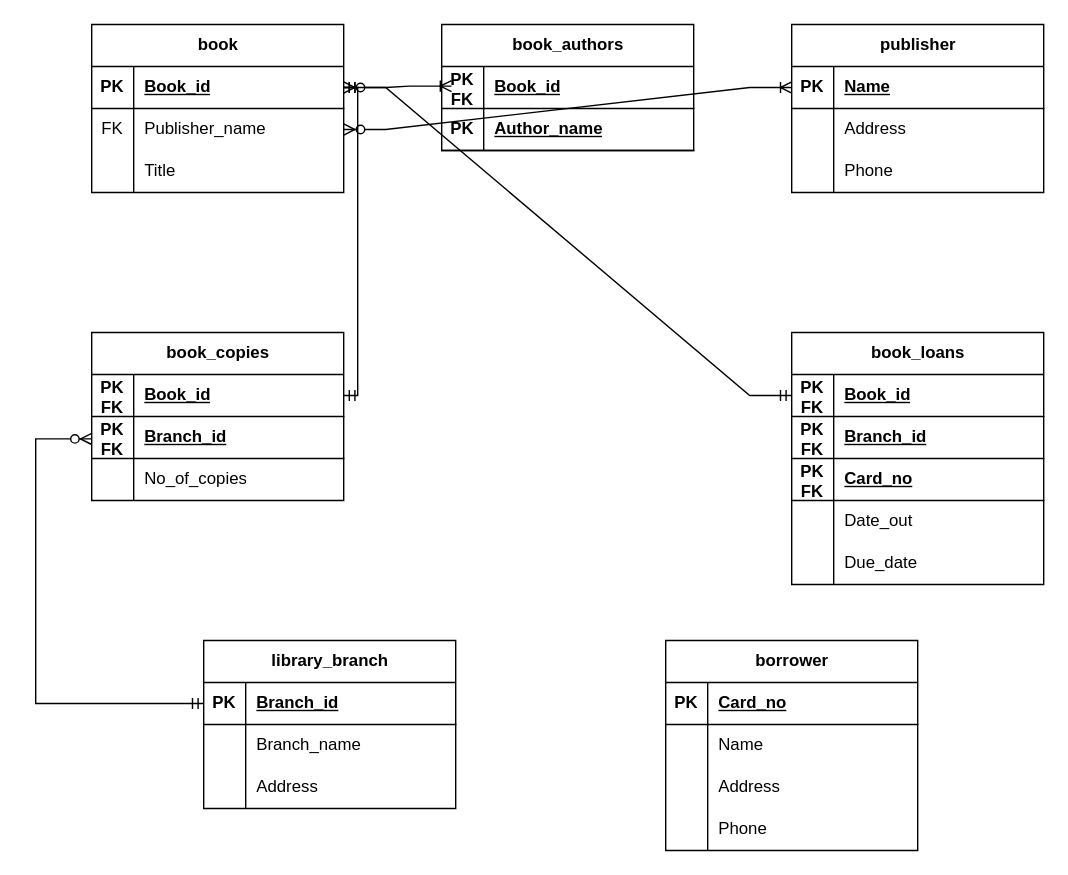
Before: week3.drawio in GreenFella/databaseclass, a draw.io diagram. Source tidied: cells renumbered, new cells numbered last; positions are measured from the earlier drawing's top-left corner, leaving out a move shared by most shapes. Both pictures are drawn from the tidied source at 140%, with x=0, y=0 at pixel (35, 24).
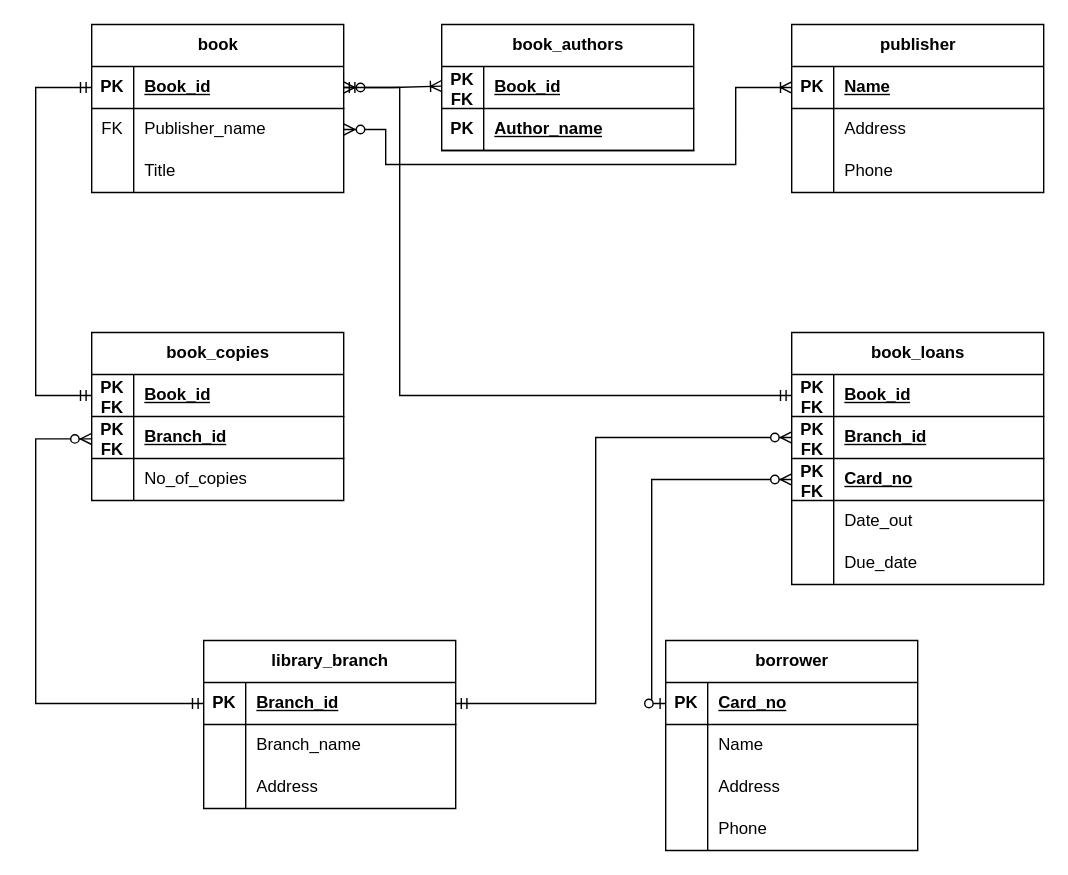
After the change.

The change refers to these unchanged cells:
```xml
<mxCell id="3" style="shape=tableRow;horizontal=0;startSize=0;swimlaneHead=0;swimlaneBody=0;fillColor=none;points=[[0,0.5],[1,0.5]];portConstraint=eastwest;top=0;left=0;right=0;bottom=1;" parent="2" vertex="1">
  <mxGeometry y="30" width="180" height="30" as="geometry" />
</mxCell>
<mxCell id="13" style="shape=tableRow;horizontal=0;startSize=0;swimlaneHead=0;swimlaneBody=0;fillColor=none;points=[[0,0.5],[1,0.5]];portConstraint=eastwest;top=0;left=0;right=0;bottom=1;" parent="12" vertex="1">
  <mxGeometry y="30" width="180" height="30" as="geometry" />
</mxCell>
<mxCell id="26" style="shape=tableRow;horizontal=0;startSize=0;swimlaneHead=0;swimlaneBody=0;fillColor=none;points=[[0,0.5],[1,0.5]];portConstraint=eastwest;top=0;left=0;right=0;bottom=1;" parent="25" vertex="1">
  <mxGeometry y="30" width="180" height="30" as="geometry" />
</mxCell>
<mxCell id="36" style="shape=tableRow;horizontal=0;startSize=0;swimlaneHead=0;swimlaneBody=0;fillColor=none;points=[[0,0.5],[1,0.5]];portConstraint=eastwest;top=0;left=0;right=0;bottom=1;" parent="35" vertex="1">
  <mxGeometry y="30" width="180" height="30" as="geometry" />
</mxCell>
<mxCell id="39" style="shape=tableRow;horizontal=0;startSize=0;swimlaneHead=0;swimlaneBody=0;fillColor=none;points=[[0,0.5],[1,0.5]];portConstraint=eastwest;top=0;left=0;right=0;bottom=1;" parent="35" vertex="1">
  <mxGeometry y="60" width="180" height="30" as="geometry" />
</mxCell>
<mxCell id="42" style="shape=tableRow;horizontal=0;startSize=0;swimlaneHead=0;swimlaneBody=0;fillColor=none;points=[[0,0.5],[1,0.5]];portConstraint=eastwest;top=0;left=0;right=0;bottom=1;" parent="35" vertex="1">
  <mxGeometry y="90" width="180" height="30" as="geometry" />
</mxCell>
<mxCell id="52" style="shape=tableRow;horizontal=0;startSize=0;swimlaneHead=0;swimlaneBody=0;fillColor=none;points=[[0,0.5],[1,0.5]];portConstraint=eastwest;top=0;left=0;right=0;bottom=1;" parent="51" vertex="1">
  <mxGeometry y="30" width="180" height="30" as="geometry" />
</mxCell>
<mxCell id="59" style="shape=tableRow;horizontal=0;startSize=0;swimlaneHead=0;swimlaneBody=0;fillColor=none;points=[[0,0.5],[1,0.5]];portConstraint=eastwest;top=0;left=0;right=0;bottom=1;" parent="58" vertex="1">
  <mxGeometry y="30" width="180" height="30" as="geometry" />
</mxCell>
<mxCell id="62" style="shape=tableRow;horizontal=0;startSize=0;swimlaneHead=0;swimlaneBody=0;fillColor=none;points=[[0,0.5],[1,0.5]];portConstraint=eastwest;top=0;left=0;right=0;bottom=0;" parent="58" vertex="1">
  <mxGeometry y="60" width="180" height="30" as="geometry" />
</mxCell>
<mxCell id="69" style="shape=tableRow;horizontal=0;startSize=0;swimlaneHead=0;swimlaneBody=0;fillColor=none;points=[[0,0.5],[1,0.5]];portConstraint=eastwest;top=0;left=0;right=0;bottom=1;" parent="68" vertex="1">
  <mxGeometry y="30" width="180" height="30" as="geometry" />
</mxCell>
```

What changed in the source:
```diff
@@
-    <mxCell id="78" style="edgeStyle=entityRelationEdgeStyle;fontSize=12;html=1;endArrow=ERoneToMany;startArrow=ERzeroToMany;rounded=0;exitX=1;exitY=0.5;exitDx=0;exitDy=0;" parent="1" edge="1" source="62" target="69">
+    <mxCell id="78" style="edgeStyle=orthogonalEdgeStyle;fontSize=12;html=1;endArrow=ERoneToMany;startArrow=ERzeroToMany;rounded=0;exitX=1;exitY=0.5;exitDx=0;exitDy=0;" parent="1" edge="1" source="62" target="69">
       <mxGeometry relative="1" as="geometry">
         <Array as="points">
-          <mxPoint x="540" y="44" />
-          <mxPoint x="400" y="130" />
+          <mxPoint x="250" y="75" />
+          <mxPoint x="250" y="100" />
+          <mxPoint x="500" y="100" />
+          <mxPoint x="500" y="45" />
         </Array>
       </mxGeometry>
     </mxCell>
-    <mxCell id="79" style="edgeStyle=entityRelationEdgeStyle;fontSize=12;html=1;endArrow=ERoneToMany;startArrow=ERzeroToMany;rounded=0;exitX=1;exitY=0.5;exitDx=0;exitDy=0;entryX=0.039;entryY=0.467;entryDx=0;entryDy=0;entryPerimeter=0;" parent="1" edge="1" source="59" target="52">
+    <mxCell id="79" style="edgeStyle=orthogonalEdgeStyle;fontSize=12;html=1;endArrow=ERoneToMany;startArrow=ERzeroToMany;rounded=0;exitX=1;exitY=0.5;exitDx=0;exitDy=0;" parent="1" edge="1" source="59">
       <mxGeometry relative="1" as="geometry">
-        <Array as="points">
-          <mxPoint x="550" y="54" />
-          <mxPoint x="410" y="140" />
-        </Array>
+        <mxPoint x="290" y="44" as="targetPoint" />
       </mxGeometry>
     </mxCell>
-    <mxCell id="80" style="edgeStyle=orthogonalEdgeStyle;fontSize=12;html=1;endArrow=ERmandOne;startArrow=ERmandOne;rounded=0;entryX=1;entryY=0.5;entryDx=0;entryDy=0;exitX=1;exitY=0.5;exitDx=0;exitDy=0;" parent="1" edge="1" source="3" target="59">
+    <mxCell id="80" style="edgeStyle=orthogonalEdgeStyle;fontSize=12;html=1;endArrow=ERmandOne;startArrow=ERmandOne;rounded=0;entryX=0;entryY=0.5;entryDx=0;entryDy=0;exitX=0;exitY=0.5;exitDx=0;exitDy=0;" parent="1" edge="1" source="3" target="59">
       <mxGeometry relative="1" as="geometry">
         <Array as="points">
-          <mxPoint x="230" y="265" />
-          <mxPoint x="230" y="45" />
+          <mxPoint y="265" />
+          <mxPoint y="45" />
         </Array>
       </mxGeometry>
     </mxCell>
-    <mxCell id="81" style="edgeStyle=entityRelationEdgeStyle;fontSize=12;html=1;endArrow=ERmandOne;startArrow=ERmandOne;rounded=0;entryX=0;entryY=0.5;entryDx=0;entryDy=0;exitX=1;exitY=0.5;exitDx=0;exitDy=0;" parent="1" edge="1" source="59" target="36">
-      <mxGeometry relative="1" as="geometry" />
+    <mxCell id="81" style="edgeStyle=orthogonalEdgeStyle;fontSize=12;html=1;endArrow=ERmandOne;startArrow=ERmandOne;rounded=0;entryX=0;entryY=0.5;entryDx=0;entryDy=0;exitX=1;exitY=0.5;exitDx=0;exitDy=0;" parent="1" edge="1" source="59" target="36">
+      <mxGeometry relative="1" as="geometry">
+        <Array as="points">
+          <mxPoint x="260" y="45" />
+          <mxPoint x="260" y="265" />
+        </Array>
+      </mxGeometry>
     </mxCell>
@@
+    <mxCell id="83" style="edgeStyle=orthogonalEdgeStyle;fontSize=12;html=1;endArrow=ERzeroToMany;startArrow=ERzeroToOne;rounded=0;entryX=0;entryY=0.5;entryDx=0;entryDy=0;exitX=0;exitY=0.5;exitDx=0;exitDy=0;" parent="1" edge="1" source="13" target="42">
+      <mxGeometry relative="1" as="geometry" />
+    </mxCell>
+    <mxCell id="84" style="edgeStyle=orthogonalEdgeStyle;fontSize=12;html=1;endArrow=ERzeroToMany;startArrow=ERmandOne;rounded=0;exitX=1;exitY=0.5;exitDx=0;exitDy=0;entryX=0;entryY=0.5;entryDx=0;entryDy=0;" parent="1" edge="1" source="26" target="39">
+      <mxGeometry relative="1" as="geometry">
+        <Array as="points">
+          <mxPoint x="400" y="485" />
+          <mxPoint x="400" y="295" />
+        </Array>
+      </mxGeometry>
+    </mxCell>
```
